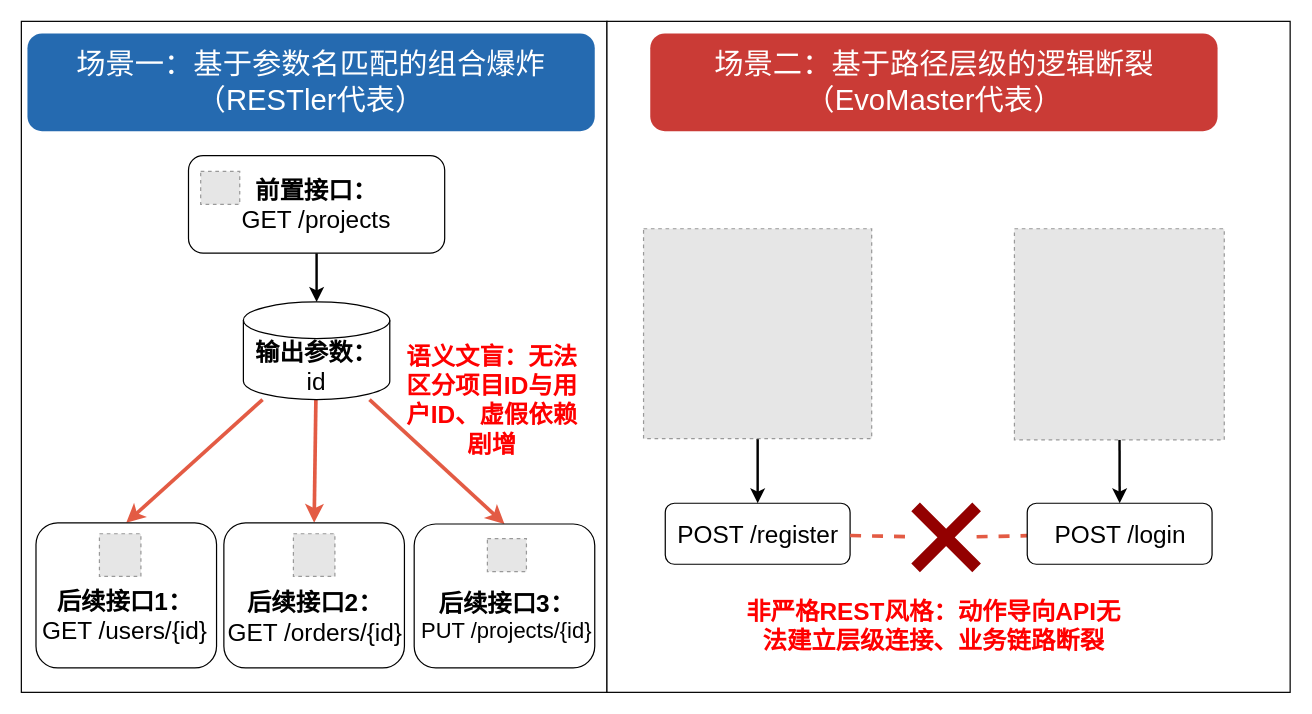
Earlier version of the draw.io diagram 传统静态分析工具在复杂Web系统的推断失效场景对比.drawio (beizhu0727/article). Source tidied: cells renumbered, new cells numbered last; positions are measured from the earlier drawing's top-left corner, leaving out a move shared by most shapes. Both pictures are drawn from the tidied source at 122%, with x=0, y=0 at pixel (21, 21). Pictures stored in the file or linked from it are replaced by grey dashed boxes.
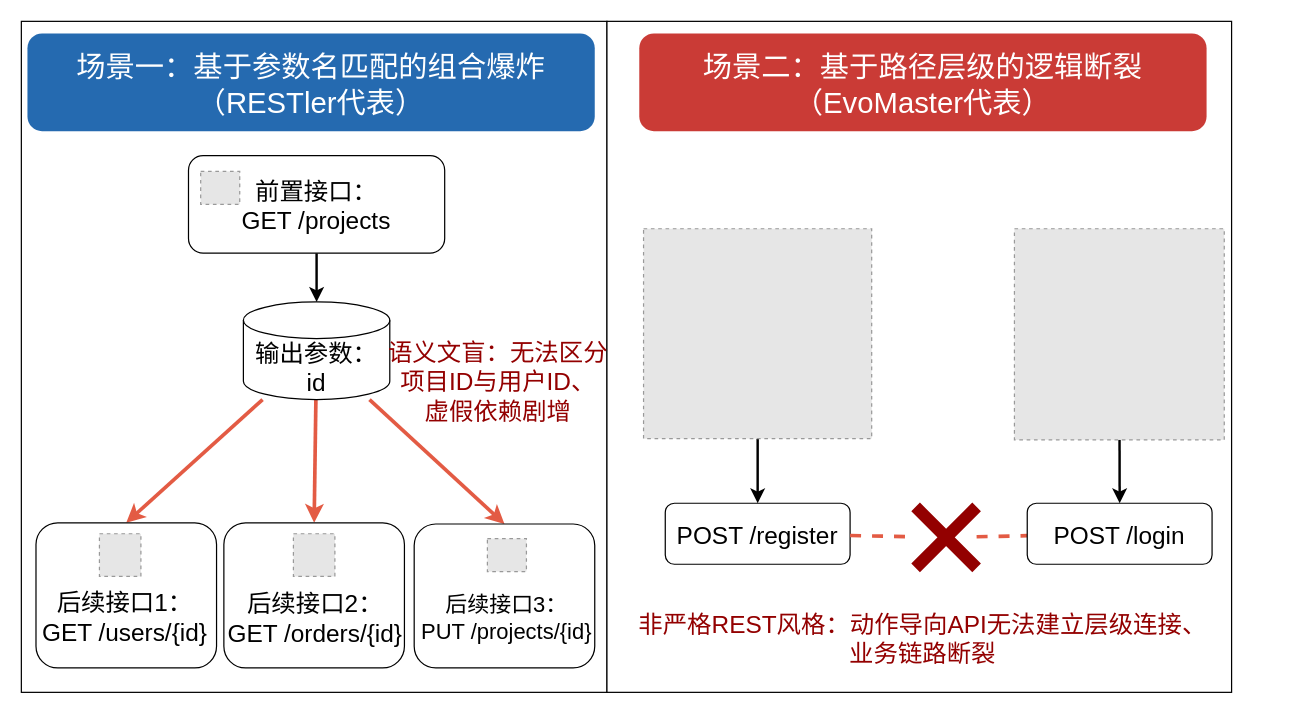
The same page after the edit.

Commit message:
更新传统静态分析工具在复杂Web系统的推断失效场景对比.drawio

Unchanged cells that the change refers to:
```xml
<mxCell id="24" style="fillColor=#E6E6E6;strokeColor=#999999;dashed=1;verticalLabelPosition=bottom;labelBackgroundColor=default;verticalAlign=top;" parent="1" vertex="1">
  <mxGeometry x="510" y="170" width="187" height="172" as="geometry" />
</mxCell>
<mxCell id="26" style="fillColor=#E6E6E6;strokeColor=#999999;dashed=1;verticalLabelPosition=bottom;labelBackgroundColor=default;verticalAlign=top;" parent="1" vertex="1">
  <mxGeometry x="814" y="170" width="172" height="173" as="geometry" />
</mxCell>
```

What changed in the source:
```diff
@@
-    <mxCell id="2" style="rounded=0;whiteSpace=wrap;html=1;" parent="1" vertex="1">
+    <mxCell id="2" style="rounded=0;" parent="1" vertex="1">
       <mxGeometry width="480" height="550" as="geometry" />
     </mxCell>
-    <mxCell id="3" style="edgeStyle=orthogonalEdgeStyle;rounded=0;jettySize=auto;html=1;strokeWidth=2;" parent="1" edge="1" source="4" target="8">
+    <mxCell id="3" style="edgeStyle=orthogonalEdgeStyle;rounded=0;jettySize=auto;strokeWidth=2;" parent="1" edge="1" source="4" target="8">
       <mxGeometry relative="1" as="geometry" />
     </mxCell>
-    <mxCell id="4" value="&lt;font style=&quot;font-size: 20px;&quot;&gt;&lt;b&gt;前置接口：&lt;/b&gt;&lt;/font&gt;&lt;div&gt;&lt;font style=&quot;font-size: 20px;&quot;&gt;GET /projects&lt;/font&gt;&lt;/div&gt;" style="rounded=1;whiteSpace=wrap;html=1;" parent="1" vertex="1">
+    <mxCell id="4" value="前置接口：&#10;GET /projects" style="rounded=1;fontSize=20;" parent="1" vertex="1">
       <mxGeometry x="137" y="110" width="210" height="80" as="geometry" />
     </mxCell>
-    <mxCell id="5" style="rounded=0;jettySize=auto;html=1;strokeWidth=3;strokeColor=light-dark(#e35b44, #ededed);entryX=0.5;entryY=0;entryDx=0;entryDy=0;" parent="1" edge="1" source="8" target="9">
+    <mxCell id="5" style="rounded=0;jettySize=auto;strokeWidth=3;strokeColor=light-dark(#e35b44, #ededed);entryX=0.5;entryY=0;entryDx=0;entryDy=0;" parent="1" edge="1" source="8" target="9">
       <mxGeometry relative="1" as="geometry" />
     </mxCell>
-    <mxCell id="6" style="rounded=0;jettySize=auto;html=1;entryX=0.5;entryY=0;entryDx=0;entryDy=0;strokeColor=light-dark(#e35b44, #ededed);strokeWidth=3;align=center;verticalAlign=middle;fontFamily=Helvetica;fontSize=11;fontColor=default;labelBackgroundColor=default;endArrow=classic;" parent="1" edge="1" source="8" target="10">
+    <mxCell id="6" style="rounded=0;jettySize=auto;entryX=0.5;entryY=0;entryDx=0;entryDy=0;strokeColor=light-dark(#e35b44, #ededed);strokeWidth=3;align=center;verticalAlign=middle;fontFamily=Helvetica;fontSize=11;fontColor=default;labelBackgroundColor=default;endArrow=classic;" parent="1" edge="1" source="8" target="10">
       <mxGeometry relative="1" as="geometry" />
     </mxCell>
-    <mxCell id="7" style="rounded=0;jettySize=auto;html=1;entryX=0.5;entryY=0;entryDx=0;entryDy=0;strokeColor=light-dark(#e35b44, #ededed);strokeWidth=3;align=center;verticalAlign=middle;fontFamily=Helvetica;fontSize=11;fontColor=default;labelBackgroundColor=default;endArrow=classic;" parent="1" edge="1" source="8" target="11">
+    <mxCell id="7" style="rounded=0;jettySize=auto;entryX=0.5;entryY=0;entryDx=0;entryDy=0;strokeColor=light-dark(#e35b44, #ededed);strokeWidth=3;align=center;verticalAlign=middle;fontFamily=Helvetica;fontSize=11;fontColor=default;labelBackgroundColor=default;endArrow=classic;" parent="1" edge="1" source="8" target="11">
       <mxGeometry relative="1" as="geometry" />
     </mxCell>
-    <mxCell id="8" value="&lt;font style=&quot;font-size: 20px;&quot;&gt;&lt;b&gt;输出参数：&lt;/b&gt;&lt;br&gt;id&lt;/font&gt;" style="shape=cylinder3;whiteSpace=wrap;html=1;boundedLbl=1;backgroundOutline=1;size=15;" parent="1" vertex="1">
+    <mxCell id="8" value="输出参数：&#10;id" style="shape=cylinder3;boundedLbl=1;backgroundOutline=1;size=15;fontSize=20;" parent="1" vertex="1">
       <mxGeometry x="182" y="230" width="120" height="80" as="geometry" />
     </mxCell>
-    <mxCell id="9" style="rounded=1;whiteSpace=wrap;html=1;" parent="1" vertex="1">
+    <mxCell id="9" style="rounded=1;" parent="1" vertex="1">
       <mxGeometry x="12" y="411" width="148" height="119" as="geometry" />
     </mxCell>
-    <mxCell id="10" style="rounded=1;whiteSpace=wrap;html=1;" parent="1" vertex="1">
+    <mxCell id="10" style="rounded=1;" parent="1" vertex="1">
       <mxGeometry x="166" y="411" width="148" height="119" as="geometry" />
     </mxCell>
-    <mxCell id="11" style="rounded=1;whiteSpace=wrap;html=1;" parent="1" vertex="1">
+    <mxCell id="11" style="rounded=1;" parent="1" vertex="1">
       <mxGeometry x="322" y="412" width="148" height="118" as="geometry" />
     </mxCell>
-    <mxCell id="12" style="rounded=0;whiteSpace=wrap;html=1;" parent="1" vertex="1">
-      <mxGeometry x="480" width="560" height="550" as="geometry" />
+    <mxCell id="12" style="rounded=0;" parent="1" vertex="1">
+      <mxGeometry x="480" width="512" height="550" as="geometry" />
     </mxCell>
-    <mxCell id="13" value="&lt;font style=&quot;font-size: 24px; color: rgb(255, 255, 255);&quot;&gt;场景一：基于参数名匹配的组合爆炸（RESTler代表）&lt;/font&gt;" style="rounded=1;whiteSpace=wrap;html=1;fillColor=light-dark(#256ab0, #ededed);strokeColor=none;" parent="1" vertex="1">
+    <mxCell id="13" value="场景一：基于参数名匹配的组合爆炸&#10;（RESTler代表）" style="rounded=1;fillColor=light-dark(#256ab0, #ededed);strokeColor=none;fontSize=24;fontColor=#FFFFFF;" parent="1" vertex="1">
       <mxGeometry x="5" y="10" width="465" height="80" as="geometry" />
     </mxCell>
-    <mxCell id="14" value="&lt;font style=&quot;font-size: 24px; color: rgb(255, 255, 255);&quot;&gt;场景二：基于路径层级的逻辑断裂（EvoMaster代表）&lt;/font&gt;" style="rounded=1;whiteSpace=wrap;html=1;fillColor=light-dark(#ca3b36, #ededed);strokeColor=none;" parent="1" vertex="1">
-      <mxGeometry x="515.5" y="10" width="465" height="80" as="geometry" />
+    <mxCell id="14" value="场景二：基于路径层级的逻辑断裂&#10;（EvoMaster代表）" style="rounded=1;fillColor=light-dark(#ca3b36, #ededed);strokeColor=none;fontSize=24;fontColor=#FFFFFF;" parent="1" vertex="1">
+      <mxGeometry x="506.5" y="10" width="465" height="80" as="geometry" />
     </mxCell>
@@
-    <mxCell id="16" value="&lt;font style=&quot;font-size: 20px; color: rgb(255, 0, 0);&quot;&gt;&lt;b&gt;语义文盲：无法区分项目ID与用户ID、虚假依赖剧增&lt;/b&gt;&lt;/font&gt;" style="text;html=1;whiteSpace=wrap;strokeColor=none;fillColor=none;align=center;verticalAlign=middle;rounded=0;strokeWidth=3;" parent="1" vertex="1">
-      <mxGeometry x="311" y="280" width="150" height="60" as="geometry" />
+    <mxCell id="16" value="语义文盲：无法区分&#10;项目ID与用户ID、&#10;虚假依赖剧增" style="text;strokeColor=none;fillColor=none;align=center;verticalAlign=middle;rounded=0;strokeWidth=3;fontSize=20;fontColor=#930000;" parent="1" vertex="1">
+      <mxGeometry x="316" y="264" width="150" height="60" as="geometry" />
     </mxCell>
@@
-    <mxCell id="18" value="&lt;font style=&quot;font-size: 20px;&quot;&gt;&lt;b&gt;后续接口1：&lt;/b&gt;&lt;/font&gt;&lt;div&gt;&lt;font style=&quot;font-size: 20px;&quot;&gt;GET /users/{id}&lt;/font&gt;&lt;/div&gt;" style="text;html=1;whiteSpace=wrap;strokeColor=none;fillColor=none;align=center;verticalAlign=middle;rounded=0;" parent="1" vertex="1">
+    <mxCell id="18" value="后续接口1：&#10;GET /users/{id}" style="text;strokeColor=none;fillColor=none;align=center;verticalAlign=middle;rounded=0;fontSize=20;" parent="1" vertex="1">
       <mxGeometry x="15" y="472" width="140" height="30" as="geometry" />
     </mxCell>
@@
-    <mxCell id="20" value="&lt;font style=&quot;font-size: 20px;&quot;&gt;&lt;b&gt;后续接口2：&lt;/b&gt;&lt;/font&gt;&lt;div&gt;&lt;font style=&quot;font-size: 20px;&quot;&gt;GET /orders/{id}&lt;/font&gt;&lt;/div&gt;" style="text;html=1;whiteSpace=wrap;strokeColor=none;fillColor=none;align=center;verticalAlign=middle;rounded=0;" parent="1" vertex="1">
+    <mxCell id="20" value="后续接口2：&#10;GET /orders/{id}" style="text;strokeColor=none;fillColor=none;align=center;verticalAlign=middle;rounded=0;fontSize=20;" parent="1" vertex="1">
       <mxGeometry x="167" y="473" width="148" height="30" as="geometry" />
     </mxCell>
@@
-    <mxCell id="22" value="&lt;font style=&quot;font-size: 20px;&quot;&gt;&lt;b&gt;后续接口3：&lt;/b&gt;&lt;/font&gt;&lt;div&gt;&lt;font style=&quot;font-size: 18px;&quot;&gt;PUT /projects/{id}&lt;/font&gt;&lt;/div&gt;" style="text;html=1;whiteSpace=wrap;strokeColor=none;fillColor=none;align=center;verticalAlign=middle;rounded=0;" parent="1" vertex="1">
+    <mxCell id="22" value="后续接口3：&#10;PUT /projects/{id}" style="text;strokeColor=none;fillColor=none;align=center;verticalAlign=middle;rounded=0;fontSize=18;" parent="1" vertex="1">
       <mxGeometry x="324" y="473" width="148" height="30" as="geometry" />
     </mxCell>
-    <mxCell id="23" style="rounded=0;jettySize=auto;html=1;entryX=0.5;entryY=0;entryDx=0;entryDy=0;strokeWidth=2;" parent="1" edge="1" source="24" target="28">
+    <mxCell id="23" style="rounded=0;jettySize=auto;entryX=0.5;entryY=0;entryDx=0;entryDy=0;strokeWidth=2;" parent="1" edge="1" source="24" target="28">
       <mxGeometry relative="1" as="geometry" />
     </mxCell>
@@
-    <mxCell id="25" style="rounded=0;jettySize=auto;html=1;entryX=0.5;entryY=0;entryDx=0;entryDy=0;strokeWidth=2;" parent="1" edge="1" source="26" target="29">
+    <mxCell id="25" style="rounded=0;jettySize=auto;entryX=0.5;entryY=0;entryDx=0;entryDy=0;strokeWidth=2;" parent="1" edge="1" source="26" target="29">
       <mxGeometry relative="1" as="geometry" />
     </mxCell>
@@
-    <mxCell id="27" style="rounded=0;jettySize=auto;html=1;endArrow=none;endFill=0;strokeWidth=3;dashed=1;strokeColor=#E35B44;" parent="1" edge="1" source="31" target="29">
+    <mxCell id="27" style="rounded=0;jettySize=auto;endArrow=none;endFill=0;strokeWidth=3;dashed=1;strokeColor=#E35B44;" parent="1" edge="1" source="31" target="29">
       <mxGeometry relative="1" as="geometry" />
     </mxCell>
-    <mxCell id="28" value="&lt;span style=&quot;font-size: 20px;&quot;&gt;POST /register&lt;/span&gt;" style="rounded=1;whiteSpace=wrap;html=1;" parent="1" vertex="1">
+    <mxCell id="28" value="POST /register" style="rounded=1;fontSize=20;" parent="1" vertex="1">
       <mxGeometry x="527.8" y="395" width="151.5" height="50" as="geometry" />
     </mxCell>
-    <mxCell id="29" value="&lt;span style=&quot;font-size: 20px;&quot;&gt;POST /login&lt;/span&gt;" style="rounded=1;whiteSpace=wrap;html=1;" parent="1" vertex="1">
+    <mxCell id="29" value="POST /login" style="rounded=1;fontSize=20;" parent="1" vertex="1">
       <mxGeometry x="824.5" y="395" width="151.5" height="50" as="geometry" />
     </mxCell>
-    <mxCell id="30" style="rounded=0;jettySize=auto;html=1;endArrow=none;endFill=0;strokeWidth=3;dashed=1;strokeColor=#E35B44;" parent="1" edge="1" source="28" target="31">
+    <mxCell id="30" style="rounded=0;jettySize=auto;endArrow=none;endFill=0;strokeWidth=3;dashed=1;strokeColor=#E35B44;" parent="1" edge="1" source="28" target="31">
       <mxGeometry relative="1" as="geometry" />
     </mxCell>
-    <mxCell id="31" style="shape=umlDestroy;whiteSpace=wrap;html=1;strokeWidth=10;targetShapes=umlLifeline;fillColor=#FF0000;strokeColor=#930000;" parent="1" vertex="1">
+    <mxCell id="31" style="shape=umlDestroy;strokeWidth=10;targetShapes=umlLifeline;fillColor=#FF0000;strokeColor=#930000;" parent="1" vertex="1">
       <mxGeometry x="733" y="398" width="50" height="50" as="geometry" />
     </mxCell>
-    <mxCell id="32" value="&lt;font style=&quot;font-size: 20px; color: rgb(255, 0, 0);&quot;&gt;&lt;b&gt;非严格REST风格：动作导向API无法建立层级连接、业务链路断裂&lt;/b&gt;&lt;/font&gt;" style="text;html=1;whiteSpace=wrap;strokeColor=none;fillColor=none;align=center;verticalAlign=middle;rounded=0;" parent="1" vertex="1">
-      <mxGeometry x="593" y="480" width="310" height="30" as="geometry" />
+    <mxCell id="32" value="非严格REST风格：动作导向API无法建立层级连接、&#10;业务链路断裂" style="text;strokeColor=none;fillColor=none;align=center;verticalAlign=middle;rounded=0;fontSize=20;fontColor=#930000;" parent="1" vertex="1">
+      <mxGeometry x="499.5" y="475" width="479" height="60" as="geometry" />
     </mxCell>
```
